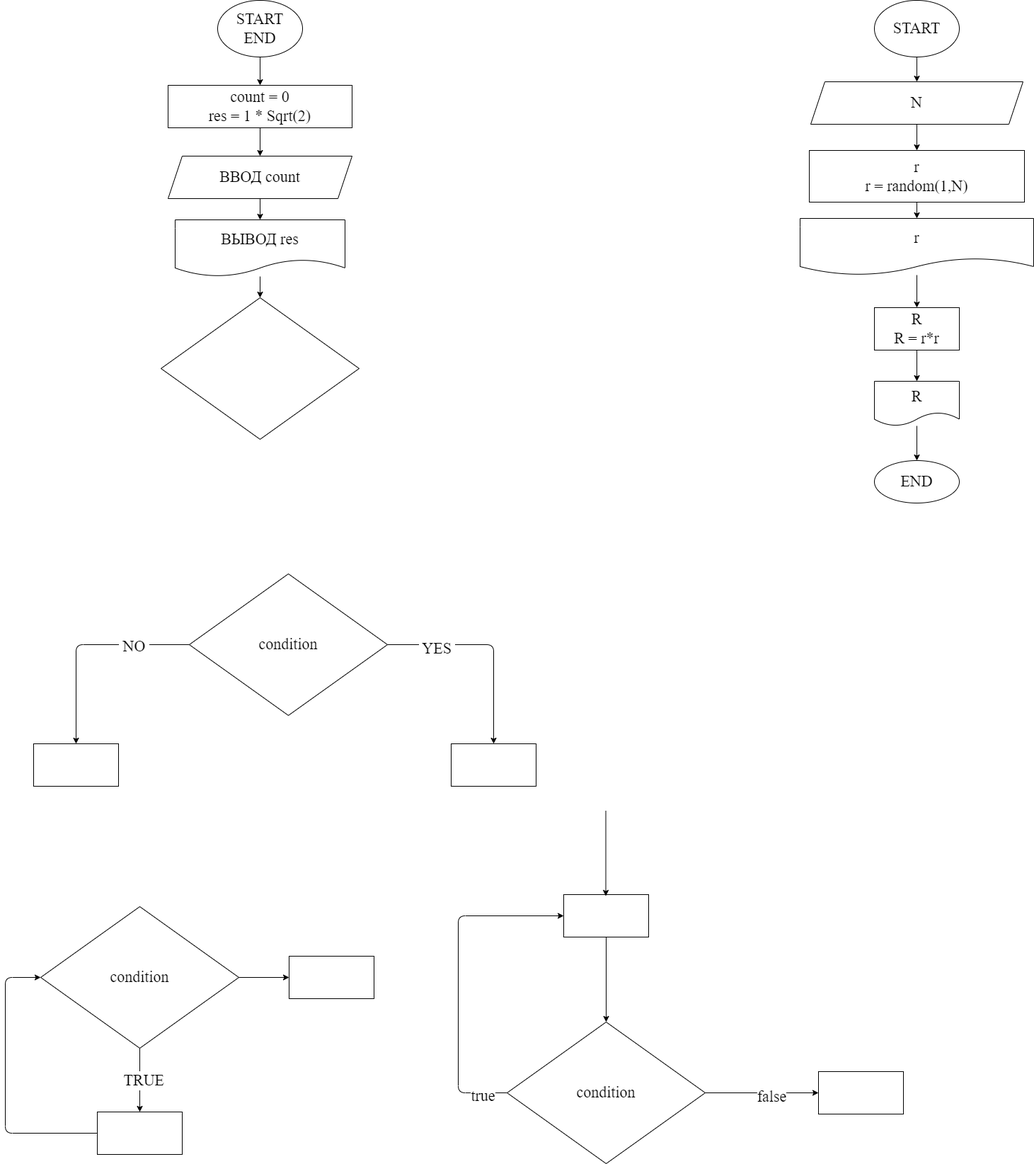
Earlier version of the draw.io export ex000.drawio.png (iksergey/practice_temp). Source tidied: cells renumbered, new cells last; positions are measured from the earlier drawing's top-left corner, leaving out a move shared by most shapes.
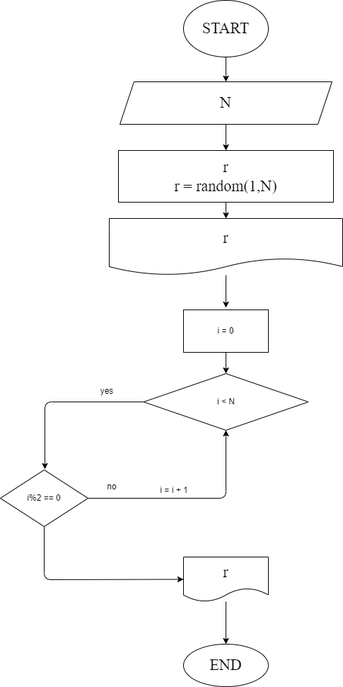
The same diagram one commit later.

Diff of the diagram source:
```diff
@@ -2,123 +2,6 @@
   <root>
     <mxCell id="0" />
     <mxCell id="1" parent="0" />
-    <mxCell id="2" style="edgeStyle=none;html=1;fontFamily=Fira Code;fontSize=22;" parent="1" edge="1" source="3" target="5">
-      <mxGeometry relative="1" as="geometry" />
-    </mxCell>
-    <mxCell id="3" value="START&lt;br&gt;END" style="ellipse;whiteSpace=wrap;html=1;fontFamily=Fira Code;fontSize=22;" parent="1" vertex="1">
-      <mxGeometry x="300" width="120" height="80" as="geometry" />
-    </mxCell>
-    <mxCell id="4" style="edgeStyle=none;html=1;fontFamily=Fira Code;fontSize=22;" parent="1" edge="1" source="5" target="7">
-      <mxGeometry relative="1" as="geometry" />
-    </mxCell>
-    <mxCell id="5" value="count = 0&lt;br&gt;res = 1 * Sqrt(2)" style="whiteSpace=wrap;html=1;fontSize=22;fontFamily=Fira Code;" parent="1" vertex="1">
-      <mxGeometry x="230" y="120" width="260" height="60" as="geometry" />
-    </mxCell>
-    <mxCell id="6" style="edgeStyle=none;html=1;fontFamily=Fira Code;fontSize=22;" parent="1" edge="1" source="7" target="9">
-      <mxGeometry relative="1" as="geometry" />
-    </mxCell>
-    <mxCell id="7" value="ВВОД count" style="shape=parallelogram;perimeter=parallelogramPerimeter;whiteSpace=wrap;html=1;fixedSize=1;fontSize=22;fontFamily=Fira Code;" parent="1" vertex="1">
-      <mxGeometry x="230" y="220" width="260" height="60" as="geometry" />
-    </mxCell>
-    <mxCell id="8" style="edgeStyle=none;html=1;fontFamily=Fira Code;fontSize=22;" parent="1" edge="1" source="9" target="10">
-      <mxGeometry relative="1" as="geometry" />
-    </mxCell>
-    <mxCell id="9" value="ВЫВОД res" style="shape=document;whiteSpace=wrap;html=1;boundedLbl=1;fontSize=22;fontFamily=Fira Code;" parent="1" vertex="1">
-      <mxGeometry x="240" y="310" width="240" height="80" as="geometry" />
-    </mxCell>
-    <mxCell id="10" style="rhombus;whiteSpace=wrap;html=1;fontSize=22;fontFamily=Fira Code;" parent="1" vertex="1">
-      <mxGeometry x="220" y="420" width="280" height="200" as="geometry" />
-    </mxCell>
-    <mxCell id="11" style="edgeStyle=none;html=1;fontFamily=Fira Code;fontSize=22;" parent="1" edge="1" source="15" target="16">
-      <mxGeometry relative="1" as="geometry">
-        <Array as="points">
-          <mxPoint x="690" y="910" />
-        </Array>
-      </mxGeometry>
-    </mxCell>
-    <mxCell id="12" value="&amp;nbsp;YES&amp;nbsp;" style="edgeLabel;html=1;align=center;verticalAlign=middle;fontSize=22;fontFamily=Fira Code;" parent="11" vertex="1">
-      <mxGeometry x="-0.53" y="-4" relative="1" as="geometry" />
-    </mxCell>
-    <mxCell id="13" style="edgeStyle=none;html=1;fontFamily=Fira Code;fontSize=22;" parent="1" edge="1" source="15" target="17">
-      <mxGeometry relative="1" as="geometry">
-        <Array as="points">
-          <mxPoint x="100" y="910" />
-        </Array>
-      </mxGeometry>
-    </mxCell>
-    <mxCell id="14" value="&amp;nbsp;NO&amp;nbsp;" style="edgeLabel;html=1;align=center;verticalAlign=middle;fontSize=22;fontFamily=Fira Code;" parent="13" vertex="1">
-      <mxGeometry x="-0.47" y="1" relative="1" as="geometry" />
-    </mxCell>
-    <mxCell id="15" value="condition" style="rhombus;whiteSpace=wrap;html=1;fontSize=22;fontFamily=Fira Code;" parent="1" vertex="1">
-      <mxGeometry x="260" y="810" width="280" height="200" as="geometry" />
-    </mxCell>
-    <mxCell id="16" style="whiteSpace=wrap;html=1;fontSize=22;fontFamily=Fira Code;" parent="1" vertex="1">
-      <mxGeometry x="630" y="1050" width="120" height="60" as="geometry" />
-    </mxCell>
-    <mxCell id="17" style="whiteSpace=wrap;html=1;fontSize=22;fontFamily=Fira Code;" parent="1" vertex="1">
-      <mxGeometry x="40" y="1050" width="120" height="60" as="geometry" />
-    </mxCell>
-    <mxCell id="18" style="edgeStyle=none;html=1;fontFamily=Fira Code;fontSize=22;" parent="1" edge="1" source="21" target="23">
-      <mxGeometry relative="1" as="geometry" />
-    </mxCell>
-    <mxCell id="19" value="&amp;nbsp;TRUE&amp;nbsp;" style="edgeLabel;html=1;align=center;verticalAlign=middle;fontSize=22;fontFamily=Fira Code;" parent="18" vertex="1">
-      <mxGeometry y="4" relative="1" as="geometry" />
-    </mxCell>
-    <mxCell id="20" style="edgeStyle=none;html=1;fontFamily=Fira Code;fontSize=22;" parent="1" edge="1" source="21" target="32">
-      <mxGeometry relative="1" as="geometry" />
-    </mxCell>
-    <mxCell id="21" value="condition" style="rhombus;whiteSpace=wrap;html=1;fontSize=22;fontFamily=Fira Code;" parent="1" vertex="1">
-      <mxGeometry x="50" y="1280" width="280" height="200" as="geometry" />
-    </mxCell>
-    <mxCell id="22" style="edgeStyle=none;html=1;entryX=0;entryY=0.5;entryDx=0;entryDy=0;fontFamily=Fira Code;fontSize=22;" parent="1" edge="1" source="23" target="21">
-      <mxGeometry relative="1" as="geometry">
-        <Array as="points">
-          <mxPoint y="1600" />
-          <mxPoint y="1380" />
-        </Array>
-      </mxGeometry>
-    </mxCell>
-    <mxCell id="23" style="whiteSpace=wrap;html=1;fontSize=22;fontFamily=Fira Code;" parent="1" vertex="1">
-      <mxGeometry x="130" y="1570" width="120" height="60" as="geometry" />
-    </mxCell>
-    <mxCell id="24" style="edgeStyle=none;html=1;entryX=0;entryY=0.5;entryDx=0;entryDy=0;fontFamily=Fira Code;fontSize=22;" parent="1" edge="1" source="28" target="30">
-      <mxGeometry relative="1" as="geometry">
-        <Array as="points">
-          <mxPoint x="640" y="1543" />
-          <mxPoint x="640" y="1293" />
-        </Array>
-      </mxGeometry>
-    </mxCell>
-    <mxCell id="25" value="true" style="edgeLabel;html=1;align=center;verticalAlign=middle;fontSize=22;fontFamily=Fira Code;" parent="24" vertex="1">
-      <mxGeometry x="-0.85" y="3" relative="1" as="geometry" />
-    </mxCell>
-    <mxCell id="26" style="edgeStyle=none;html=1;fontFamily=Fira Code;fontSize=22;" parent="1" edge="1" source="28" target="33">
-      <mxGeometry relative="1" as="geometry" />
-    </mxCell>
-    <mxCell id="27" value="false" style="edgeLabel;html=1;align=center;verticalAlign=middle;fontSize=22;fontFamily=Fira Code;" parent="26" vertex="1">
-      <mxGeometry x="0.17" y="-4" relative="1" as="geometry" />
-    </mxCell>
-    <mxCell id="28" value="condition" style="rhombus;whiteSpace=wrap;html=1;fontSize=22;fontFamily=Fira Code;" parent="1" vertex="1">
-      <mxGeometry x="709" y="1443" width="280" height="200" as="geometry" />
-    </mxCell>
-    <mxCell id="29" style="edgeStyle=none;html=1;entryX=0.5;entryY=0;entryDx=0;entryDy=0;fontFamily=Fira Code;fontSize=22;" parent="1" edge="1" source="30" target="28">
-      <mxGeometry relative="1" as="geometry" />
-    </mxCell>
-    <mxCell id="30" style="whiteSpace=wrap;html=1;fontSize=22;fontFamily=Fira Code;" parent="1" vertex="1">
-      <mxGeometry x="789" y="1263" width="120" height="60" as="geometry" />
-    </mxCell>
-    <mxCell id="31" style="edgeStyle=none;html=1;entryX=0.5;entryY=0;entryDx=0;entryDy=0;fontFamily=Fira Code;fontSize=22;" parent="1" edge="1">
-      <mxGeometry relative="1" as="geometry">
-        <mxPoint x="848.5" y="1145" as="sourcePoint" />
-        <mxPoint x="848.5" y="1265" as="targetPoint" />
-      </mxGeometry>
-    </mxCell>
-    <mxCell id="32" style="whiteSpace=wrap;html=1;fontSize=22;fontFamily=Fira Code;" parent="1" vertex="1">
-      <mxGeometry x="401" y="1350" width="120" height="60" as="geometry" />
-    </mxCell>
-    <mxCell id="33" style="whiteSpace=wrap;html=1;fontSize=22;fontFamily=Fira Code;" parent="1" vertex="1">
-      <mxGeometry x="1149" y="1513" width="120" height="60" as="geometry" />
-    </mxCell>
     <mxCell id="34" style="edgeStyle=none;html=1;fontFamily=Fira Code;fontSize=22;" parent="1" edge="1" source="35" target="37">
       <mxGeometry relative="1" as="geometry" />
     </mxCell>
@@ -137,26 +20,65 @@
     <mxCell id="39" value="r&lt;br&gt;r = random(1,N)" style="whiteSpace=wrap;html=1;fontSize=22;fontFamily=Fira Code;" parent="1" vertex="1">
       <mxGeometry x="1136" y="212" width="304" height="73" as="geometry" />
     </mxCell>
-    <mxCell id="40" style="edgeStyle=none;html=1;" parent="1" edge="1" source="41" target="44">
-      <mxGeometry relative="1" as="geometry" />
+    <mxCell id="40" style="edgeStyle=none;html=1;" parent="1" edge="1" source="41">
+      <mxGeometry relative="1" as="geometry">
+        <mxPoint x="1288" y="434" as="targetPoint" />
+      </mxGeometry>
     </mxCell>
     <mxCell id="41" value="r" style="shape=document;whiteSpace=wrap;html=1;boundedLbl=1;fontSize=22;fontFamily=Fira Code;" parent="1" vertex="1">
       <mxGeometry x="1123" y="308" width="330" height="80" as="geometry" />
     </mxCell>
     <mxCell id="42" value="END" style="ellipse;whiteSpace=wrap;html=1;fontSize=22;fontFamily=Fira Code;" parent="1" vertex="1">
-      <mxGeometry x="1228" y="650" width="120" height="60" as="geometry" />
+      <mxGeometry x="1228" y="909" width="120" height="60" as="geometry" />
     </mxCell>
-    <mxCell id="43" style="edgeStyle=none;html=1;entryX=0.5;entryY=0;entryDx=0;entryDy=0;" parent="1" edge="1" source="44" target="46">
-      <mxGeometry relative="1" as="geometry" />
-    </mxCell>
-    <mxCell id="44" value="R&lt;br&gt;R = r*r" style="whiteSpace=wrap;html=1;fontSize=22;fontFamily=Fira Code;" parent="1" vertex="1">
-      <mxGeometry x="1228" y="434" width="120" height="60" as="geometry" />
-    </mxCell>
     <mxCell id="45" style="edgeStyle=none;html=1;entryX=0.5;entryY=0;entryDx=0;entryDy=0;" parent="1" edge="1" source="46" target="42">
       <mxGeometry relative="1" as="geometry" />
     </mxCell>
-    <mxCell id="46" value="&lt;span style=&quot;font-family: &amp;#34;fira code&amp;#34; ; font-size: 22px&quot;&gt;R&lt;/span&gt;" style="shape=document;whiteSpace=wrap;html=1;boundedLbl=1;" parent="1" vertex="1">
-      <mxGeometry x="1228" y="538" width="120" height="63" as="geometry" />
+    <mxCell id="46" value="&lt;span style=&quot;font-family: &amp;#34;fira code&amp;#34; ; font-size: 22px&quot;&gt;r&lt;/span&gt;" style="shape=document;whiteSpace=wrap;html=1;boundedLbl=1;" parent="1" vertex="1">
+      <mxGeometry x="1228" y="786" width="120" height="63" as="geometry" />
     </mxCell>
+    <mxCell id="47" style="edgeStyle=none;html=1;" parent="1" edge="1" source="48">
+      <mxGeometry relative="1" as="geometry">
+        <mxPoint x="1032" y="662" as="targetPoint" />
+        <Array as="points">
+          <mxPoint x="1032" y="567" />
+        </Array>
+      </mxGeometry>
+    </mxCell>
+    <mxCell id="48" value="i &amp;lt; N" style="rhombus;whiteSpace=wrap;html=1;" parent="1" vertex="1">
+      <mxGeometry x="1171.5" y="527" width="233" height="80" as="geometry" />
+    </mxCell>
+    <mxCell id="49" style="edgeStyle=none;html=1;entryX=0.5;entryY=0;entryDx=0;entryDy=0;" parent="1" edge="1" source="50" target="48">
+      <mxGeometry relative="1" as="geometry" />
+    </mxCell>
+    <mxCell id="50" value="i = 0" style="rounded=0;whiteSpace=wrap;html=1;" parent="1" vertex="1">
+      <mxGeometry x="1228" y="437" width="120" height="60" as="geometry" />
+    </mxCell>
+    <mxCell id="51" style="edgeStyle=none;html=1;entryX=0;entryY=0.5;entryDx=0;entryDy=0;" parent="1" edge="1" source="53" target="46">
+      <mxGeometry relative="1" as="geometry">
+        <Array as="points">
+          <mxPoint x="1031" y="818" />
+        </Array>
+      </mxGeometry>
+    </mxCell>
+    <mxCell id="52" style="edgeStyle=none;html=1;entryX=0.5;entryY=1;entryDx=0;entryDy=0;" parent="1" edge="1" source="53" target="48">
+      <mxGeometry relative="1" as="geometry">
+        <Array as="points">
+          <mxPoint x="1288" y="703" />
+        </Array>
+      </mxGeometry>
+    </mxCell>
+    <mxCell id="53" value="i%2 == 0" style="rhombus;whiteSpace=wrap;html=1;" parent="1" vertex="1">
+      <mxGeometry x="969" y="663" width="124" height="80" as="geometry" />
+    </mxCell>
+    <mxCell id="54" value="i = i + 1" style="text;html=1;strokeColor=none;fillColor=none;align=center;verticalAlign=middle;whiteSpace=wrap;rounded=0;" parent="1" vertex="1">
+      <mxGeometry x="1185" y="677" width="60" height="30" as="geometry" />
+    </mxCell>
+    <mxCell id="55" value="yes" style="text;html=1;strokeColor=none;fillColor=none;align=center;verticalAlign=middle;whiteSpace=wrap;rounded=0;" parent="1" vertex="1">
+      <mxGeometry x="1090" y="537" width="60" height="30" as="geometry" />
+    </mxCell>
+    <mxCell id="56" value="no" style="text;html=1;strokeColor=none;fillColor=none;align=center;verticalAlign=middle;whiteSpace=wrap;rounded=0;" parent="1" vertex="1">
+      <mxGeometry x="1097" y="672" width="60" height="30" as="geometry" />
+    </mxCell>
   </root>
 </mxGraphModel>
```
